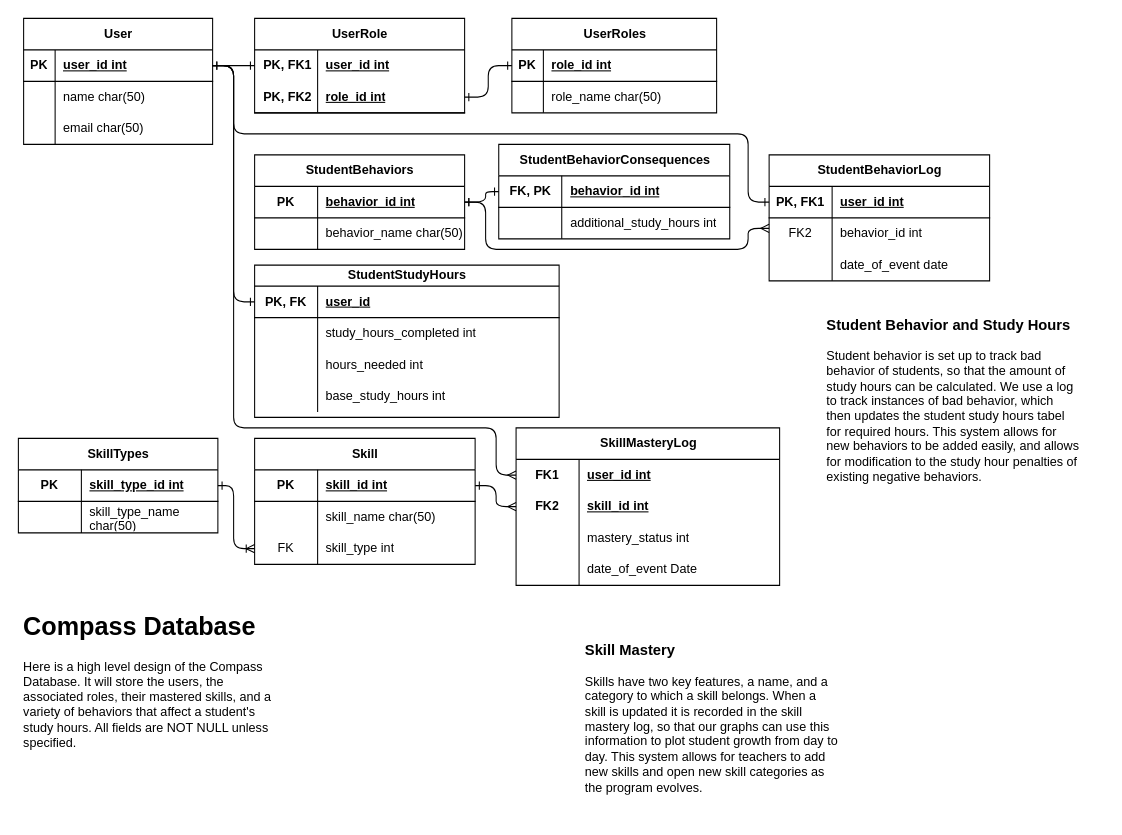
This is docs/src/DatabaseSchema.drawio from tone-man/CompassApp, a draw.io file, before an edit. Source tidied: cells renumbered, new cells numbered last; positions are measured from the earlier drawing's top-left corner, leaving out a move shared by most shapes. Both pictures are drawn from the tidied source at 105%, with x=0, y=0 at pixel (18, 18).
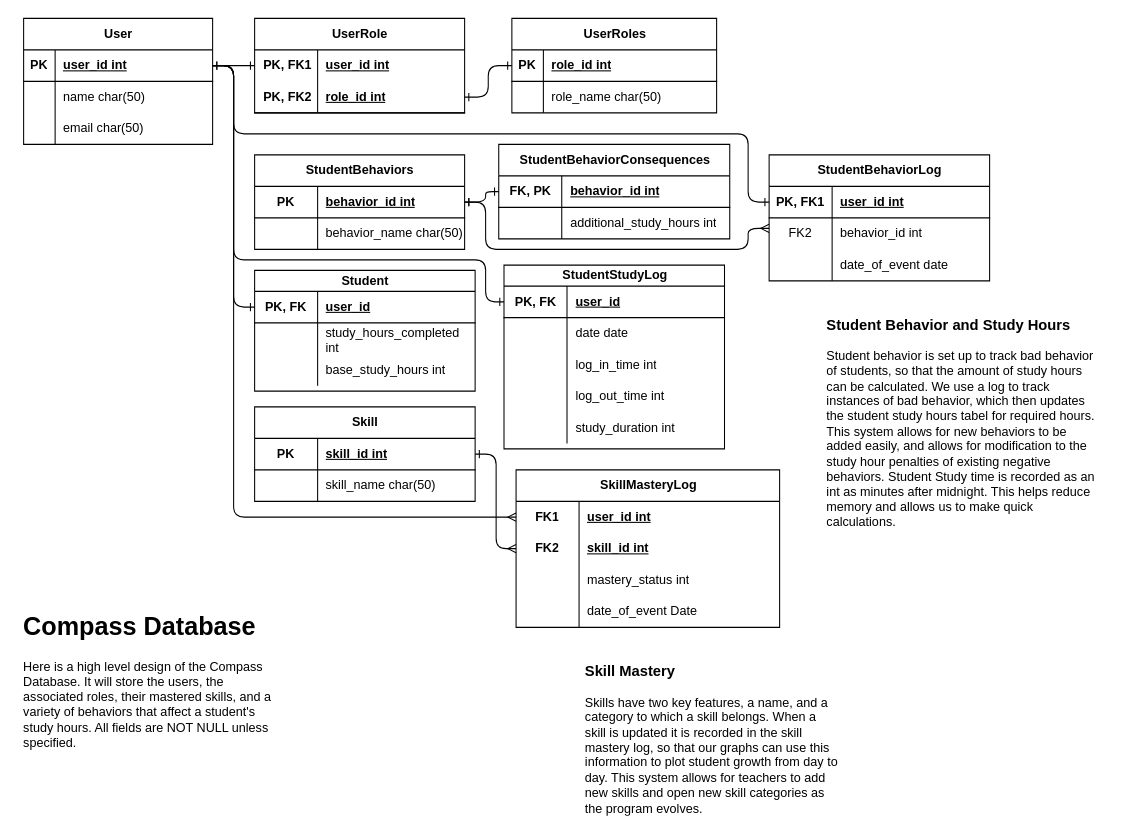
After the change.

Commit message (it also covers changes not shown here):
Updated Database Schema for Study Hours

Now Split Student and StudentStudyLog so that way study hours will be efficiently tracked.

Unchanged cells that the change refers to:
```xml
<mxCell id="3" style="shape=tableRow;horizontal=0;startSize=0;swimlaneHead=0;swimlaneBody=0;fillColor=none;points=[[0,0.5],[1,0.5]];portConstraint=eastwest;top=0;left=0;right=0;bottom=1;" parent="2" vertex="1">
  <mxGeometry y="30" width="180" height="30" as="geometry" />
</mxCell>
<mxCell id="44" style="shape=tableRow;horizontal=0;startSize=0;swimlaneHead=0;swimlaneBody=0;fillColor=none;points=[[0,0.5],[1,0.5]];portConstraint=eastwest;top=0;left=0;right=0;bottom=1;" parent="43" vertex="1">
  <mxGeometry y="30" width="210" height="30" as="geometry" />
</mxCell>
<mxCell id="61" style="shape=tableRow;horizontal=0;startSize=0;swimlaneHead=0;swimlaneBody=0;fillColor=none;points=[[0,0.5],[1,0.5]];portConstraint=eastwest;top=0;left=0;right=0;bottom=0;" parent="60" vertex="1">
  <mxGeometry y="30" width="251" height="30" as="geometry" />
</mxCell>
<mxCell id="64" style="shape=tableRow;horizontal=0;startSize=0;swimlaneHead=0;swimlaneBody=0;fillColor=none;points=[[0,0.5],[1,0.5]];portConstraint=eastwest;top=0;left=0;right=0;bottom=0;" parent="60" vertex="1">
  <mxGeometry y="60" width="251" height="30" as="geometry" />
</mxCell>
```

What changed in the source:
```diff
@@
-    <mxCell id="28" value="StudentStudyHours" style="shape=table;startSize=20;childLayout=tableLayout;rowLines=0;fontStyle=1;align=center;html=1;" parent="1" vertex="1">
-      <mxGeometry x="225" y="235" width="290" height="145" as="geometry" />
+    <mxCell id="28" value="StudentStudyLog" style="shape=table;startSize=20;childLayout=tableLayout;rowLines=0;fontStyle=1;align=center;html=1;" parent="1" vertex="1">
+      <mxGeometry x="462.5" y="235" width="210" height="175" as="geometry" />
     </mxCell>
     <mxCell id="29" style="shape=tableRow;horizontal=0;startSize=0;swimlaneHead=0;swimlaneBody=0;fillColor=none;points=[[0,0.5],[1,0.5]];portConstraint=eastwest;top=0;left=0;right=0;bottom=1;" parent="28" vertex="1">
-      <mxGeometry y="20" width="290" height="30" as="geometry" />
+      <mxGeometry y="20" width="210" height="30" as="geometry" />
     </mxCell>
@@
     <mxCell id="31" value="user_id" style="shape=partialRectangle;fillColor=none;top=0;left=0;bottom=0;right=0;align=left;spacingLeft=6;fontStyle=5;overflow=hidden;whiteSpace=wrap;html=1;" parent="29" vertex="1">
-      <mxGeometry x="60" width="230" height="30" as="geometry" />
+      <mxGeometry x="60" width="150" height="30" as="geometry" />
     </mxCell>
     <mxCell id="32" style="shape=tableRow;horizontal=0;startSize=0;swimlaneHead=0;swimlaneBody=0;fillColor=none;top=0;left=0;right=0;bottom=0;" parent="28" vertex="1">
-      <mxGeometry y="50" width="290" height="30" as="geometry" />
+      <mxGeometry y="50" width="210" height="30" as="geometry" />
     </mxCell>
@@
-    <mxCell id="34" value="study_hours_completed int  " style="shape=partialRectangle;fillColor=none;top=0;left=0;bottom=0;right=0;align=left;spacingLeft=6;overflow=hidden;whiteSpace=wrap;html=1;" parent="32" vertex="1">
-      <mxGeometry x="60" width="230" height="30" as="geometry" />
+    <mxCell id="34" value="date date" style="shape=partialRectangle;fillColor=none;top=0;left=0;bottom=0;right=0;align=left;spacingLeft=6;overflow=hidden;whiteSpace=wrap;html=1;" parent="32" vertex="1">
+      <mxGeometry x="60" width="150" height="30" as="geometry" />
     </mxCell>
+    <mxCell id="105" style="shape=tableRow;horizontal=0;startSize=0;swimlaneHead=0;swimlaneBody=0;fillColor=none;top=0;left=0;right=0;bottom=0;" parent="28" vertex="1">
+      <mxGeometry y="80" width="210" height="30" as="geometry" />
+    </mxCell>
+    <mxCell id="106" style="shape=partialRectangle;fillColor=none;top=0;left=0;bottom=0;right=0;overflow=hidden;whiteSpace=wrap;html=1;" parent="105" vertex="1">
+      <mxGeometry width="60" height="30" as="geometry" />
+    </mxCell>
+    <mxCell id="107" value="log_in_time int" style="shape=partialRectangle;fillColor=none;top=0;left=0;bottom=0;right=0;align=left;spacingLeft=6;overflow=hidden;whiteSpace=wrap;html=1;" parent="105" vertex="1">
+      <mxGeometry x="60" width="150" height="30" as="geometry" />
+    </mxCell>
     <mxCell id="35" style="shape=tableRow;horizontal=0;startSize=0;swimlaneHead=0;swimlaneBody=0;fillColor=none;top=0;left=0;right=0;bottom=0;" parent="28" vertex="1">
-      <mxGeometry y="80" width="290" height="30" as="geometry" />
+      <mxGeometry y="110" width="210" height="30" as="geometry" />
     </mxCell>
@@
-    <mxCell id="37" value="hours_needed int  " style="shape=partialRectangle;fillColor=none;top=0;left=0;bottom=0;right=0;align=left;spacingLeft=6;overflow=hidden;whiteSpace=wrap;html=1;" parent="35" vertex="1">
-      <mxGeometry x="60" width="230" height="30" as="geometry" />
+    <mxCell id="37" value="log_out_time int" style="shape=partialRectangle;fillColor=none;top=0;left=0;bottom=0;right=0;align=left;spacingLeft=6;overflow=hidden;whiteSpace=wrap;html=1;" parent="35" vertex="1">
+      <mxGeometry x="60" width="150" height="30" as="geometry" />
     </mxCell>
     <mxCell id="38" style="shape=tableRow;horizontal=0;startSize=0;swimlaneHead=0;swimlaneBody=0;fillColor=none;top=0;left=0;right=0;bottom=0;" parent="28" vertex="1">
-      <mxGeometry y="110" width="290" height="30" as="geometry" />
+      <mxGeometry y="140" width="210" height="30" as="geometry" />
     </mxCell>
@@
-    <mxCell id="40" value="base_study_hours int  " style="shape=partialRectangle;fillColor=none;top=0;left=0;bottom=0;right=0;align=left;spacingLeft=6;overflow=hidden;whiteSpace=wrap;html=1;" parent="38" vertex="1">
-      <mxGeometry x="60" width="230" height="30" as="geometry" />
+    <mxCell id="40" value="study_duration int  " style="shape=partialRectangle;fillColor=none;top=0;left=0;bottom=0;right=0;align=left;spacingLeft=6;overflow=hidden;whiteSpace=wrap;html=1;" parent="38" vertex="1">
+      <mxGeometry x="60" width="150" height="30" as="geometry" />
     </mxCell>
     <mxCell id="41" style="edgeStyle=orthogonalEdgeStyle;rounded=1;jettySize=auto;html=1;exitX=1;exitY=0.5;exitDx=0;exitDy=0;entryX=0;entryY=0.5;entryDx=0;entryDy=0;startArrow=ERone;startFill=0;endArrow=ERone;endFill=0;" parent="1" edge="1" source="3" target="29">
-      <mxGeometry relative="1" as="geometry" />
+      <mxGeometry relative="1" as="geometry">
+        <Array as="points">
+          <mxPoint x="205" y="45" />
+          <mxPoint x="205" y="230" />
+          <mxPoint x="445" y="230" />
+          <mxPoint x="445" y="270" />
+        </Array>
+      </mxGeometry>
     </mxCell>
     <mxCell id="42" style="edgeStyle=orthogonalEdgeStyle;jettySize=auto;html=1;exitX=1;exitY=0.5;exitDx=0;exitDy=0;entryX=0;entryY=0.5;entryDx=0;entryDy=0;rounded=1;endArrow=ERmany;endFill=0;startArrow=ERone;startFill=0;" parent="1" edge="1" source="3" target="61">
       <mxGeometry relative="1" as="geometry">
         <Array as="points">
           <mxPoint x="205" y="45" />
-          <mxPoint x="205" y="390" />
-          <mxPoint x="455" y="390" />
-          <mxPoint x="455" y="435" />
+          <mxPoint x="205" y="475" />
         </Array>
       </mxGeometry>
     </mxCell>
     <mxCell id="43" value="Skill" style="shape=table;startSize=30;childLayout=tableLayout;rowLines=0;fontStyle=1;align=center;html=1;" parent="1" vertex="1">
-      <mxGeometry x="225" y="400" width="210" height="120" as="geometry" />
+      <mxGeometry x="225" y="370" width="210" height="90" as="geometry" />
     </mxCell>
@@
-    <mxCell id="50" style="shape=tableRow;horizontal=0;startSize=0;swimlaneHead=0;swimlaneBody=0;fillColor=none;points=[[0,0.5],[1,0.5]];portConstraint=eastwest;top=0;left=0;right=0;bottom=0;" parent="43" vertex="1">
-      <mxGeometry y="90" width="210" height="30" as="geometry" />
-    </mxCell>
-    <mxCell id="51" value="FK" style="shape=partialRectangle;fillColor=none;top=0;left=0;bottom=0;right=0;overflow=hidden;whiteSpace=wrap;html=1;" parent="50" vertex="1">
-      <mxGeometry width="60" height="30" as="geometry" />
-    </mxCell>
-    <mxCell id="52" value="skill_type int" style="shape=partialRectangle;fillColor=none;top=0;left=0;bottom=0;right=0;align=left;spacingLeft=6;overflow=hidden;whiteSpace=wrap;html=1;" parent="50" vertex="1">
-      <mxGeometry x="60" width="150" height="30" as="geometry" />
-    </mxCell>
-    <mxCell id="53" value="SkillTypes" style="shape=table;startSize=30;childLayout=tableLayout;rowLines=0;fontStyle=1;align=center;html=1;" parent="1" vertex="1">
-      <mxGeometry y="400" width="190" height="90" as="geometry" />
-    </mxCell>
-    <mxCell id="54" style="shape=tableRow;horizontal=0;startSize=0;swimlaneHead=0;swimlaneBody=0;fillColor=none;points=[[0,0.5],[1,0.5]];portConstraint=eastwest;top=0;left=0;right=0;bottom=1;" parent="53" vertex="1">
-      <mxGeometry y="30" width="190" height="30" as="geometry" />
-    </mxCell>
-    <mxCell id="55" value="PK" style="shape=partialRectangle;fillColor=none;top=0;left=0;bottom=0;right=0;fontStyle=1;overflow=hidden;whiteSpace=wrap;html=1;" parent="54" vertex="1">
-      <mxGeometry width="60" height="30" as="geometry" />
-    </mxCell>
-    <mxCell id="56" value="skill_type_id int  " style="shape=partialRectangle;fillColor=none;top=0;left=0;bottom=0;right=0;align=left;spacingLeft=6;fontStyle=5;overflow=hidden;whiteSpace=wrap;html=1;" parent="54" vertex="1">
-      <mxGeometry x="60" width="130" height="30" as="geometry" />
-    </mxCell>
-    <mxCell id="57" style="shape=tableRow;horizontal=0;startSize=0;swimlaneHead=0;swimlaneBody=0;fillColor=none;top=0;left=0;right=0;bottom=0;" parent="53" vertex="1">
-      <mxGeometry y="60" width="190" height="30" as="geometry" />
-    </mxCell>
-    <mxCell id="58" style="shape=partialRectangle;fillColor=none;top=0;left=0;bottom=0;right=0;overflow=hidden;whiteSpace=wrap;html=1;" parent="57" vertex="1">
-      <mxGeometry width="60" height="30" as="geometry" />
-    </mxCell>
-    <mxCell id="59" value="skill_type_name char(50)  " style="shape=partialRectangle;fillColor=none;top=0;left=0;bottom=0;right=0;align=left;spacingLeft=6;overflow=hidden;whiteSpace=wrap;html=1;" parent="57" vertex="1">
-      <mxGeometry x="60" width="130" height="30" as="geometry" />
-    </mxCell>
     <mxCell id="60" value="SkillMasteryLog" style="shape=table;startSize=30;childLayout=tableLayout;rowLines=0;fontStyle=1;align=center;html=1;" parent="1" vertex="1">
-      <mxGeometry x="474" y="390" width="251" height="150" as="geometry" />
+      <mxGeometry x="474" y="430" width="251" height="150" as="geometry" />
     </mxCell>
@@
-    <mxCell id="73" style="edgeStyle=orthogonalEdgeStyle;rounded=1;jettySize=auto;html=1;exitX=1;exitY=0.5;exitDx=0;exitDy=0;entryX=0;entryY=0.5;entryDx=0;entryDy=0;startArrow=ERone;startFill=0;endArrow=ERoneToMany;endFill=0;" parent="1" edge="1" source="54" target="50">
-      <mxGeometry relative="1" as="geometry">
-        <Array as="points">
-          <mxPoint x="205" y="505" />
-        </Array>
-      </mxGeometry>
-    </mxCell>
     <mxCell id="74" style="edgeStyle=orthogonalEdgeStyle;rounded=1;jettySize=auto;html=1;exitX=1;exitY=0.5;exitDx=0;exitDy=0;startArrow=ERone;startFill=0;endArrow=ERmany;endFill=0;" parent="1" edge="1" source="44" target="64">
-      <mxGeometry relative="1" as="geometry" />
+      <mxGeometry relative="1" as="geometry">
+        <Array as="points">
+          <mxPoint x="455" y="415" />
+          <mxPoint x="455" y="505" />
+        </Array>
+      </mxGeometry>
     </mxCell>
@@
     <mxCell id="102" value="&lt;h3&gt;Skill Mastery&lt;/h3&gt;&lt;p&gt;Skills have two key features, a name, and a category to which a skill belongs. When a skill is updated it is recorded in the skill mastery log, so that our graphs can use this information to plot student growth from day to day. This system allows for teachers to add new skills and open new skill categories as the program evolves.&lt;/p&gt;" style="text;html=1;strokeColor=none;fillColor=none;spacing=5;spacingTop=-20;whiteSpace=wrap;overflow=hidden;rounded=0;" parent="1" vertex="1">
-      <mxGeometry x="535" y="590" width="250" height="150" as="geometry" />
+      <mxGeometry x="535" y="610" width="250" height="150" as="geometry" />
     </mxCell>
-    <mxCell id="103" value="&lt;h3&gt;Student Behavior and Study Hours&lt;/h3&gt;&lt;p&gt;Student behavior is set up to track bad behavior of students, so that the amount of study hours can be calculated. We use a log to track instances of bad behavior, which then updates the student study hours tabel for required hours. This system allows for new behaviors to be added easily, and allows for modification to the study hour penalties of existing negative behaviors.&lt;/p&gt;" style="text;html=1;strokeColor=none;fillColor=none;spacing=5;spacingTop=-20;whiteSpace=wrap;overflow=hidden;rounded=0;" parent="1" vertex="1">
-      <mxGeometry x="765" y="280" width="250" height="170" as="geometry" />
+    <mxCell id="103" value="&lt;h3&gt;Student Behavior and Study Hours&lt;/h3&gt;&lt;p&gt;Student behavior is set up to track bad behavior of students, so that the amount of study hours can be calculated. We use a log to track instances of bad behavior, which then updates the student study hours tabel for required hours. This system allows for new behaviors to be added easily, and allows for modification to the study hour penalties of existing negative behaviors. Student Study time is recorded as an int as minutes after midnight. This helps reduce memory and allows us to make quick calculations.&lt;/p&gt;" style="text;html=1;strokeColor=none;fillColor=none;spacing=5;spacingTop=-20;whiteSpace=wrap;overflow=hidden;rounded=0;" parent="1" vertex="1">
+      <mxGeometry x="765" y="280" width="270" height="220" as="geometry" />
     </mxCell>
@@
+    <mxCell id="108" value="Student" style="shape=table;startSize=20;childLayout=tableLayout;rowLines=0;fontStyle=1;align=center;html=1;" parent="1" vertex="1">
+      <mxGeometry x="225" y="240" width="210" height="115" as="geometry" />
+    </mxCell>
+    <mxCell id="109" style="shape=tableRow;horizontal=0;startSize=0;swimlaneHead=0;swimlaneBody=0;fillColor=none;points=[[0,0.5],[1,0.5]];portConstraint=eastwest;top=0;left=0;right=0;bottom=1;" parent="108" vertex="1">
+      <mxGeometry y="20" width="210" height="30" as="geometry" />
+    </mxCell>
+    <mxCell id="110" value="PK, FK" style="shape=partialRectangle;fillColor=none;top=0;left=0;bottom=0;right=0;fontStyle=1;overflow=hidden;whiteSpace=wrap;html=1;" parent="109" vertex="1">
+      <mxGeometry width="60" height="30" as="geometry" />
+    </mxCell>
+    <mxCell id="111" value="user_id" style="shape=partialRectangle;fillColor=none;top=0;left=0;bottom=0;right=0;align=left;spacingLeft=6;fontStyle=5;overflow=hidden;whiteSpace=wrap;html=1;" parent="109" vertex="1">
+      <mxGeometry x="60" width="150" height="30" as="geometry" />
+    </mxCell>
+    <mxCell id="112" style="shape=tableRow;horizontal=0;startSize=0;swimlaneHead=0;swimlaneBody=0;fillColor=none;top=0;left=0;right=0;bottom=0;" parent="108" vertex="1">
+      <mxGeometry y="50" width="210" height="30" as="geometry" />
+    </mxCell>
+    <mxCell id="113" style="shape=partialRectangle;fillColor=none;top=0;left=0;bottom=0;right=0;overflow=hidden;whiteSpace=wrap;html=1;" parent="112" vertex="1">
+      <mxGeometry width="60" height="30" as="geometry" />
+    </mxCell>
+    <mxCell id="114" value="study_hours_completed int  " style="shape=partialRectangle;fillColor=none;top=0;left=0;bottom=0;right=0;align=left;spacingLeft=6;overflow=hidden;whiteSpace=wrap;html=1;" parent="112" vertex="1">
+      <mxGeometry x="60" width="150" height="30" as="geometry" />
+    </mxCell>
+    <mxCell id="115" style="shape=tableRow;horizontal=0;startSize=0;swimlaneHead=0;swimlaneBody=0;fillColor=none;top=0;left=0;right=0;bottom=0;" parent="108" vertex="1">
+      <mxGeometry y="80" width="210" height="30" as="geometry" />
+    </mxCell>
+    <mxCell id="116" style="shape=partialRectangle;fillColor=none;top=0;left=0;bottom=0;right=0;overflow=hidden;whiteSpace=wrap;html=1;" parent="115" vertex="1">
+      <mxGeometry width="60" height="30" as="geometry" />
+    </mxCell>
+    <mxCell id="117" value="base_study_hours int  " style="shape=partialRectangle;fillColor=none;top=0;left=0;bottom=0;right=0;align=left;spacingLeft=6;overflow=hidden;whiteSpace=wrap;html=1;" parent="115" vertex="1">
+      <mxGeometry x="60" width="150" height="30" as="geometry" />
+    </mxCell>
+    <mxCell id="118" style="edgeStyle=orthogonalEdgeStyle;jettySize=auto;html=1;exitX=1;exitY=0.5;exitDx=0;exitDy=0;endArrow=ERone;endFill=0;rounded=1;" parent="1" edge="1" source="3" target="109">
+      <mxGeometry relative="1" as="geometry">
+        <Array as="points">
+          <mxPoint x="205" y="45" />
+          <mxPoint x="205" y="275" />
+        </Array>
+      </mxGeometry>
+    </mxCell>
```
